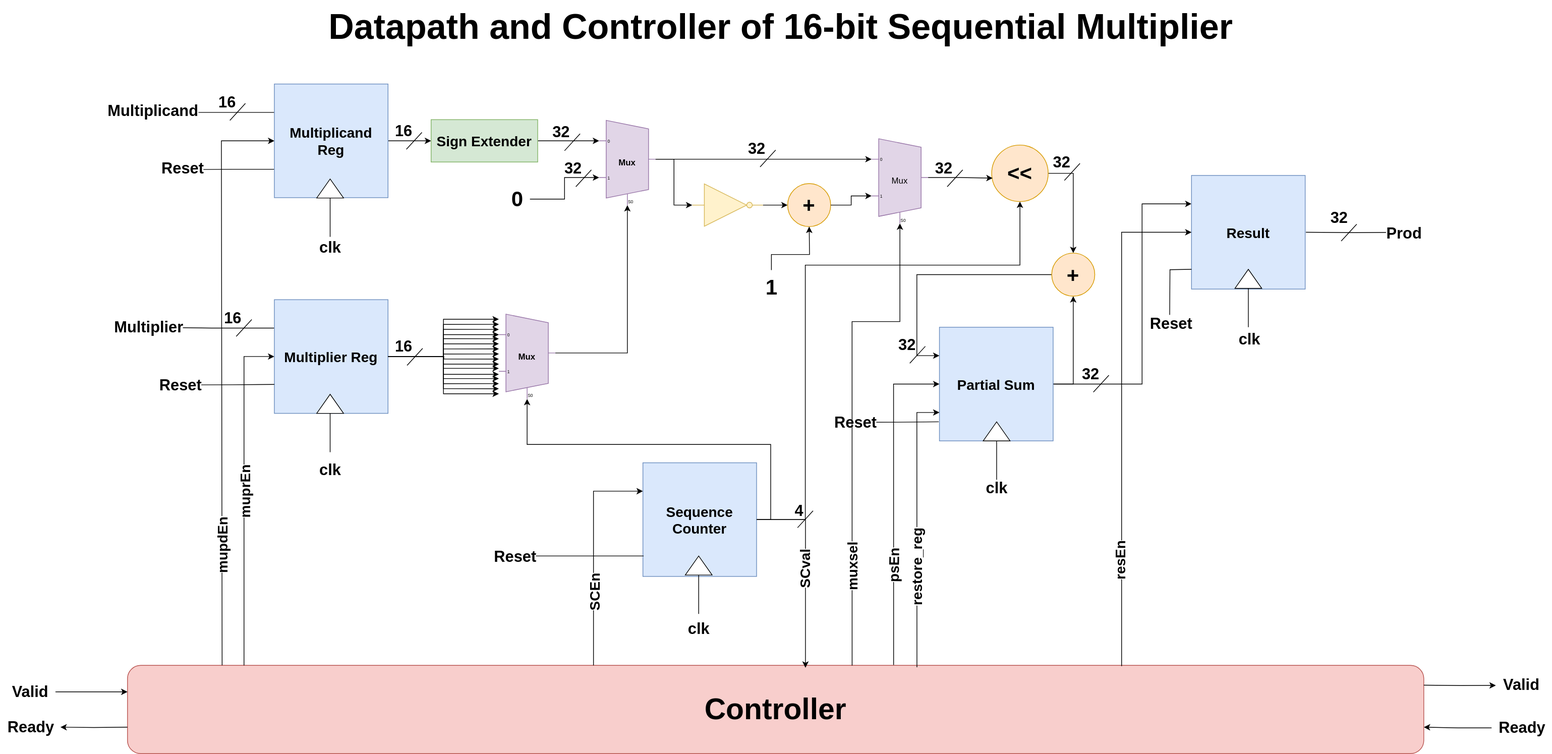
The draw.io diagram Mujtaba/Multiplier_w_RV_Protocol/docs/datapath.drawio.svg in medsuet/Xcelerium-IC-Design-Training, before a commit. Source tidied: cells renumbered, new cells last; positions are measured from the earlier drawing's top-left corner, leaving out a move shared by most shapes.
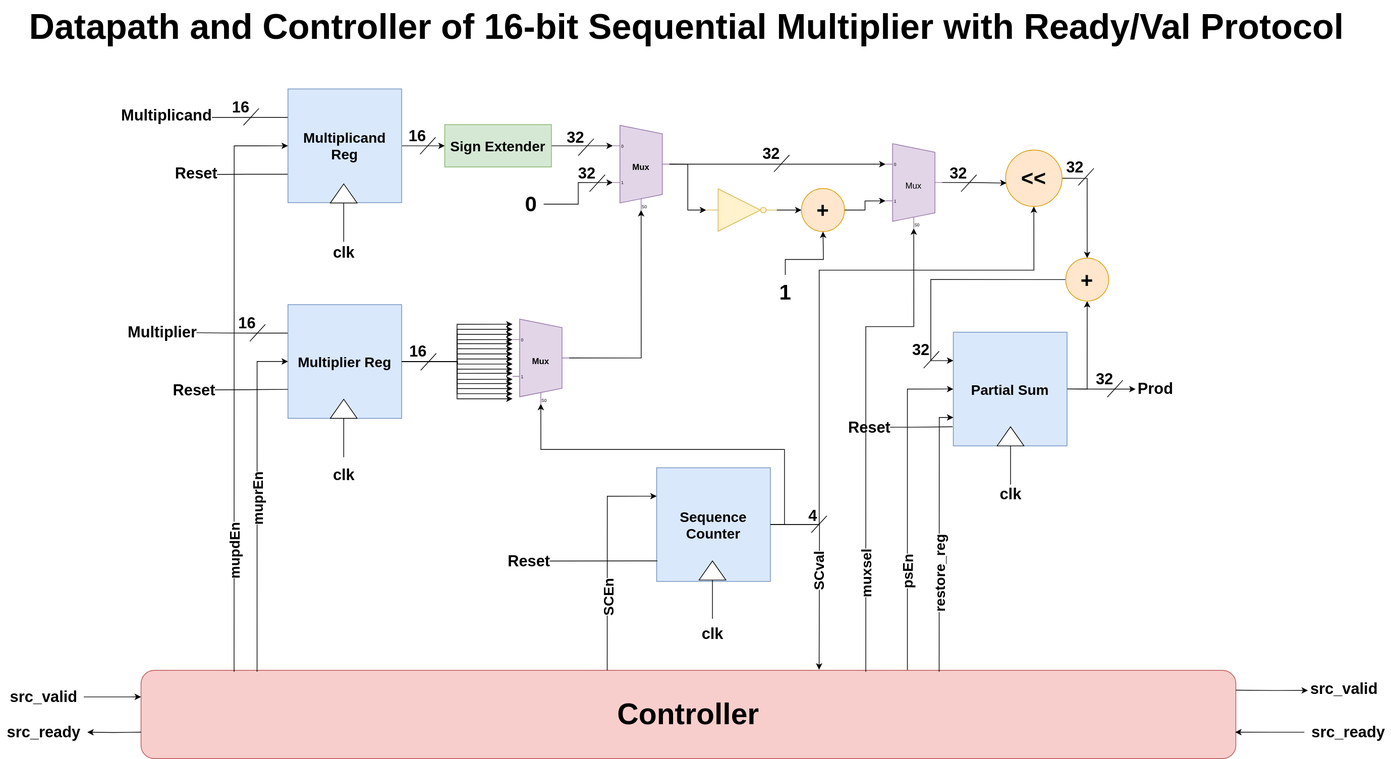
After the commit.

Commit message:
Optimized Code of Multiplier with Ready/Val Protocol

Change to the diagram source:
```diff
@@ -2,8 +2,8 @@
   <root>
     <mxCell id="0" />
     <mxCell id="1" parent="0" />
-    <mxCell id="2" value="&lt;font style=&quot;font-size: 50px;&quot;&gt;&lt;b&gt;&lt;font style=&quot;font-size: 50px;&quot;&gt;Datapath and Controller of 16-bit Sequential Multiplier&lt;/font&gt;&lt;/b&gt;&lt;/font&gt;" style="text;html=1;align=center;verticalAlign=middle;strokeColor=none;fillColor=none;" parent="1" vertex="1">
-      <mxGeometry x="455" width="1300" height="74" as="geometry" />
+    <mxCell id="2" value="&lt;font style=&quot;font-size: 50px;&quot;&gt;&lt;b&gt;&lt;font style=&quot;font-size: 50px;&quot;&gt;Datapath and Controller of 16-bit Sequential Multiplier with Ready/Val Protocol&lt;/font&gt;&lt;/b&gt;&lt;/font&gt;" style="text;html=1;align=center;verticalAlign=middle;strokeColor=none;fillColor=none;" parent="1" vertex="1">
+      <mxGeometry x="10" y="-7" width="1883" height="74" as="geometry" />
     </mxCell>
     <mxCell id="3" style="edgeStyle=orthogonalEdgeStyle;rounded=0;jettySize=auto;html=1;" parent="1" edge="1" source="8" target="14">
       <mxGeometry relative="1" as="geometry" />
@@ -78,29 +78,19 @@
     <mxCell id="22" style="edgeStyle=orthogonalEdgeStyle;rounded=0;jettySize=auto;html=1;exitX=1;exitY=0.5;exitDx=0;exitDy=0;entryX=0.5;entryY=1;entryDx=0;entryDy=0;" parent="1" edge="1" source="24" target="29">
       <mxGeometry relative="1" as="geometry" />
     </mxCell>
-    <mxCell id="23" style="edgeStyle=orthogonalEdgeStyle;rounded=0;jettySize=auto;html=1;exitX=1;exitY=0.5;exitDx=0;exitDy=0;entryX=0;entryY=0.25;entryDx=0;entryDy=0;" parent="1" edge="1" source="24" target="27">
-      <mxGeometry relative="1" as="geometry">
-        <Array as="points">
-          <mxPoint x="1617" y="544" />
-          <mxPoint x="1617" y="288" />
-        </Array>
-      </mxGeometry>
-    </mxCell>
+    <mxCell id="133" style="edgeStyle=orthogonalEdgeStyle;rounded=0;jettySize=auto;html=1;exitX=1;exitY=0.5;exitDx=0;exitDy=0;" parent="1" edge="1" source="24">
+      <mxGeometry relative="1" as="geometry">
+        <mxPoint x="1588" y="543.6" as="targetPoint" />
+      </mxGeometry>
+    </mxCell>
+    <mxCell id="26" value="&lt;b&gt;&lt;font style=&quot;font-size: 22px;&quot;&gt;Prod&lt;/font&gt;&lt;/b&gt;" style="edgeLabel;html=1;align=center;verticalAlign=middle;" parent="133" vertex="1">
+      <mxGeometry x="1" relative="1" as="geometry">
+        <mxPoint x="27" y="-1" as="offset" />
+      </mxGeometry>
+    </mxCell>
     <mxCell id="24" value="&lt;b&gt;&lt;font style=&quot;font-size: 20px;&quot;&gt;Partial Sum&lt;/font&gt;&lt;/b&gt;" style="whiteSpace=wrap;html=1;fillColor=#dae8fc;strokeColor=#6c8ebf;" parent="1" vertex="1">
       <mxGeometry x="1330" y="463" width="161" height="161" as="geometry" />
     </mxCell>
-    <mxCell id="25" style="edgeStyle=orthogonalEdgeStyle;rounded=0;orthogonalLoop=1;jettySize=auto;html=1;exitX=1;exitY=0.5;exitDx=0;exitDy=0;" parent="1" edge="1">
-      <mxGeometry relative="1" as="geometry">
-        <mxPoint x="1849" y="328.5" as="sourcePoint" />
-        <mxPoint x="1986" y="328.7" as="targetPoint" />
-      </mxGeometry>
-    </mxCell>
-    <mxCell id="26" value="&lt;b&gt;&lt;font style=&quot;font-size: 22px;&quot;&gt;Prod&lt;/font&gt;&lt;/b&gt;" style="edgeLabel;html=1;align=center;verticalAlign=middle;" parent="25" vertex="1">
-      <mxGeometry x="1" y="-1" relative="1" as="geometry" />
-    </mxCell>
-    <mxCell id="27" value="&lt;b&gt;&lt;font style=&quot;font-size: 20px;&quot;&gt;Result&lt;/font&gt;&lt;/b&gt;" style="whiteSpace=wrap;html=1;fillColor=#dae8fc;strokeColor=#6c8ebf;" parent="1" vertex="1">
-      <mxGeometry x="1687" y="248" width="161" height="161" as="geometry" />
-    </mxCell>
     <mxCell id="28" style="edgeStyle=orthogonalEdgeStyle;rounded=0;jettySize=auto;html=1;exitX=0;exitY=0.5;exitDx=0;exitDy=0;entryX=0;entryY=0.25;entryDx=0;entryDy=0;" parent="1" edge="1" source="29" target="24">
       <mxGeometry relative="1" as="geometry">
         <Array as="points">
@@ -189,21 +179,9 @@
         <mxPoint x="1411" y="624" as="targetPoint" />
       </mxGeometry>
     </mxCell>
-    <mxCell id="48" style="triangle;whiteSpace=wrap;html=1;direction=north;" parent="1" vertex="1">
-      <mxGeometry x="1748.5" y="381" width="38" height="27" as="geometry" />
-    </mxCell>
-    <mxCell id="49" style="endArrow=none;html=1;rounded=0;" parent="1" edge="1">
-      <mxGeometry relative="1" as="geometry">
-        <mxPoint x="1767.5" y="463" as="sourcePoint" />
-        <mxPoint x="1767.5" y="408" as="targetPoint" />
-      </mxGeometry>
-    </mxCell>
     <mxCell id="50" value="&lt;b&gt;&lt;font style=&quot;font-size: 22px;&quot;&gt;clk&lt;/font&gt;&lt;/b&gt;" style="text;html=1;align=center;verticalAlign=middle;strokeColor=none;fillColor=none;" parent="1" vertex="1">
       <mxGeometry x="1386" y="673" width="50" height="39" as="geometry" />
     </mxCell>
-    <mxCell id="51" value="&lt;b&gt;&lt;font style=&quot;font-size: 22px;&quot;&gt;clk&lt;/font&gt;&lt;/b&gt;" style="text;html=1;align=center;verticalAlign=middle;strokeColor=none;fillColor=none;" parent="1" vertex="1">
-      <mxGeometry x="1744" y="461" width="50" height="39" as="geometry" />
-    </mxCell>
     <mxCell id="52" value="&lt;b&gt;&lt;font style=&quot;font-size: 22px;&quot;&gt;clk&lt;/font&gt;&lt;/b&gt;" style="text;html=1;align=center;verticalAlign=middle;strokeColor=none;fillColor=none;" parent="1" vertex="1">
       <mxGeometry x="964" y="871" width="50" height="39" as="geometry" />
     </mxCell>
@@ -247,33 +225,21 @@
     <mxCell id="60" value="&lt;b&gt;&lt;font style=&quot;font-size: 22px;&quot;&gt;Reset&lt;/font&gt;&lt;/b&gt;" style="edgeLabel;html=1;align=center;verticalAlign=middle;" parent="59" vertex="1">
       <mxGeometry x="1" relative="1" as="geometry" />
     </mxCell>
-    <mxCell id="61" style="edgeStyle=orthogonalEdgeStyle;rounded=0;orthogonalLoop=1;jettySize=auto;html=1;exitX=0;exitY=0.75;exitDx=0;exitDy=0;" parent="1" edge="1">
-      <mxGeometry relative="1" as="geometry">
-        <mxPoint x="1687" y="381" as="sourcePoint" />
-        <mxPoint x="1656" y="462" as="targetPoint" />
-      </mxGeometry>
-    </mxCell>
-    <mxCell id="62" value="&lt;b&gt;&lt;font style=&quot;font-size: 22px;&quot;&gt;Reset&lt;/font&gt;&lt;/b&gt;" style="edgeLabel;html=1;align=center;verticalAlign=middle;" parent="61" vertex="1">
-      <mxGeometry x="1" relative="1" as="geometry">
-        <mxPoint x="1" y="-3" as="offset" />
-      </mxGeometry>
-    </mxCell>
     <mxCell id="63" value="&lt;div&gt;&lt;b&gt;&lt;font style=&quot;font-size: 42px;&quot;&gt;Controller&lt;/font&gt;&lt;/b&gt;&lt;/div&gt;" style="rounded=1;whiteSpace=wrap;html=1;fillColor=#f8cecc;strokeColor=#b85450;" parent="1" vertex="1">
-      <mxGeometry x="180" y="942" width="1836" height="125" as="geometry" />
+      <mxGeometry x="180" y="942" width="1550" height="125" as="geometry" />
     </mxCell>
     <mxCell id="64" style="edgeStyle=orthogonalEdgeStyle;rounded=0;jettySize=auto;html=1;" parent="1" edge="1" source="65">
       <mxGeometry relative="1" as="geometry">
         <mxPoint x="180" y="979.5" as="targetPoint" />
       </mxGeometry>
     </mxCell>
-    <mxCell id="65" value="&lt;div&gt;&lt;b&gt;&lt;font style=&quot;font-size: 22px;&quot;&gt;Valid&lt;/font&gt;&lt;/b&gt;&lt;/div&gt;" style="text;html=1;align=center;verticalAlign=middle;points=[];strokeColor=none;fillColor=none;" parent="1" vertex="1">
-      <mxGeometry x="6" y="960" width="72" height="39" as="geometry" />
+    <mxCell id="65" value="&lt;div&gt;&lt;b&gt;&lt;font style=&quot;font-size: 22px;&quot;&gt;src_valid&lt;/font&gt;&lt;/b&gt;&lt;/div&gt;" style="text;html=1;align=center;verticalAlign=middle;points=[];strokeColor=none;fillColor=none;" parent="1" vertex="1">
+      <mxGeometry x="-15" y="960" width="114" height="39" as="geometry" />
     </mxCell>
-    <mxCell id="66" style="edgeStyle=orthogonalEdgeStyle;rounded=0;jettySize=auto;html=1;entryX=0;entryY=0.5;entryDx=0;entryDy=0;" parent="1" edge="1" target="12">
+    <mxCell id="66" style="edgeStyle=orthogonalEdgeStyle;rounded=0;jettySize=auto;html=1;entryX=0;entryY=0.5;entryDx=0;entryDy=0;exitX=0.106;exitY=0.016;exitDx=0;exitDy=0;exitPerimeter=0;" parent="1" edge="1" source="63" target="12">
       <mxGeometry relative="1" as="geometry">
-        <mxPoint x="345" y="942" as="sourcePoint" />
         <Array as="points">
-          <mxPoint x="345" y="504" />
+          <mxPoint x="344" y="505" />
         </Array>
       </mxGeometry>
     </mxCell>
@@ -282,11 +248,10 @@
         <mxPoint x="-2" as="offset" />
       </mxGeometry>
     </mxCell>
-    <mxCell id="68" style="edgeStyle=orthogonalEdgeStyle;rounded=0;jettySize=auto;html=1;exitX=0.073;exitY=-0.002;exitDx=0;exitDy=0;entryX=0;entryY=0.5;entryDx=0;entryDy=0;exitPerimeter=0;" parent="1" edge="1" source="63" target="8">
+    <mxCell id="68" style="edgeStyle=orthogonalEdgeStyle;rounded=0;jettySize=auto;html=1;entryX=0;entryY=0.5;entryDx=0;entryDy=0;exitX=0.085;exitY=0.016;exitDx=0;exitDy=0;exitPerimeter=0;" parent="1" edge="1" source="63" target="8">
       <mxGeometry relative="1" as="geometry">
         <Array as="points">
-          <mxPoint x="313" y="942" />
-          <mxPoint x="313" y="199" />
+          <mxPoint x="312" y="199" />
         </Array>
       </mxGeometry>
     </mxCell>
@@ -309,21 +274,7 @@
         <mxPoint x="1" y="-40" as="offset" />
       </mxGeometry>
     </mxCell>
-    <mxCell id="72" style="edgeStyle=orthogonalEdgeStyle;rounded=0;jettySize=auto;html=1;entryX=0;entryY=0.5;entryDx=0;entryDy=0;" parent="1" edge="1" target="27">
-      <mxGeometry relative="1" as="geometry">
-        <mxPoint x="1588" y="943" as="sourcePoint" />
-        <Array as="points">
-          <mxPoint x="1588" y="941" />
-          <mxPoint x="1588" y="329" />
-        </Array>
-      </mxGeometry>
-    </mxCell>
-    <mxCell id="73" value="&lt;b&gt;&lt;font style=&quot;font-size: 20px;&quot;&gt;resEn&lt;/font&gt;&lt;/b&gt;" style="edgeLabel;html=1;align=center;verticalAlign=middle;rotation=-90;" parent="72" vertex="1">
-      <mxGeometry x="-0.6" y="3" relative="1" as="geometry">
-        <mxPoint y="-6" as="offset" />
-      </mxGeometry>
-    </mxCell>
-    <mxCell id="74" style="edgeStyle=orthogonalEdgeStyle;rounded=0;jettySize=auto;html=1;exitX=0.591;exitY=-0.005;exitDx=0;exitDy=0;entryX=0;entryY=0.5;entryDx=0;entryDy=0;exitPerimeter=0;" parent="1" edge="1" source="63" target="24">
+    <mxCell id="74" style="edgeStyle=orthogonalEdgeStyle;rounded=0;jettySize=auto;html=1;entryX=0;entryY=0.5;entryDx=0;entryDy=0;exitX=0.7;exitY=-0.004;exitDx=0;exitDy=0;exitPerimeter=0;" parent="1" edge="1" source="63" target="24">
       <mxGeometry relative="1" as="geometry" />
     </mxCell>
     <mxCell id="75" value="&lt;b&gt;&lt;font style=&quot;font-size: 20px;&quot;&gt;psEn&lt;/font&gt;&lt;/b&gt;" style="edgeLabel;html=1;align=center;verticalAlign=middle;rotation=-89;" parent="74" vertex="1">
@@ -430,20 +381,13 @@
     <mxCell id="97" value="&lt;b&gt;&lt;font style=&quot;font-size: 22px;&quot;&gt;32&lt;/font&gt;&lt;/b&gt;" style="text;html=1;align=center;verticalAlign=middle;strokeColor=none;fillColor=none;" parent="1" vertex="1">
       <mxGeometry x="1522" y="510" width="43" height="39" as="geometry" />
     </mxCell>
-    <mxCell id="98" style="endArrow=none;html=1;rounded=0;" parent="1" edge="1">
-      <mxGeometry relative="1" as="geometry">
-        <mxPoint x="1899" y="341" as="sourcePoint" />
-        <mxPoint x="1921" y="317" as="targetPoint" />
-      </mxGeometry>
-    </mxCell>
-    <mxCell id="99" value="&lt;b&gt;&lt;font style=&quot;font-size: 22px;&quot;&gt;32&lt;/font&gt;&lt;/b&gt;" style="text;html=1;align=center;verticalAlign=middle;strokeColor=none;fillColor=none;" parent="1" vertex="1">
-      <mxGeometry x="1874" y="289" width="43" height="39" as="geometry" />
-    </mxCell>
     <mxCell id="100" style="edgeStyle=orthogonalEdgeStyle;rounded=0;jettySize=auto;html=1;exitX=1;exitY=0.5;exitDx=0;exitDy=-5;entryX=0.375;entryY=1;entryDx=10;entryDy=0;entryPerimeter=0;exitPerimeter=0;" parent="1" edge="1" source="107" target="15">
       <mxGeometry relative="1" as="geometry" />
     </mxCell>
-    <mxCell id="101" style="edgeStyle=orthogonalEdgeStyle;rounded=0;jettySize=auto;html=1;exitX=1;exitY=0.5;exitDx=0;exitDy=0;entryX=0.523;entryY=0.027;entryDx=0;entryDy=0;entryPerimeter=0;" parent="1" edge="1" source="31" target="63">
-      <mxGeometry relative="1" as="geometry" />
+    <mxCell id="101" style="edgeStyle=orthogonalEdgeStyle;rounded=0;jettySize=auto;html=1;exitX=1;exitY=0.5;exitDx=0;exitDy=0;" parent="1" edge="1" source="31">
+      <mxGeometry relative="1" as="geometry">
+        <mxPoint x="1140" y="941" as="targetPoint" />
+      </mxGeometry>
     </mxCell>
     <mxCell id="102" value="&lt;div&gt;&lt;b&gt;&lt;font style=&quot;font-size: 20px;&quot;&gt;SCval&lt;/font&gt;&lt;/b&gt;&lt;/div&gt;" style="edgeLabel;html=1;align=center;verticalAlign=middle;rotation=-90;" parent="101" vertex="1">
       <mxGeometry x="0.25" y="2" relative="1" as="geometry">
@@ -459,7 +403,7 @@
     <mxCell id="104" value="&lt;b&gt;&lt;font style=&quot;font-size: 22px;&quot;&gt;4&lt;/font&gt;&lt;/b&gt;" style="text;html=1;align=center;verticalAlign=middle;strokeColor=none;fillColor=none;" parent="1" vertex="1">
       <mxGeometry x="1115" y="704" width="31" height="39" as="geometry" />
     </mxCell>
-    <mxCell id="105" style="edgeStyle=orthogonalEdgeStyle;rounded=0;jettySize=auto;html=1;exitX=0.559;exitY=0.001;exitDx=0;exitDy=0;exitPerimeter=0;entryX=0.375;entryY=1;entryDx=10;entryDy=0;entryPerimeter=0;" parent="1" edge="1" source="63" target="16">
+    <mxCell id="105" style="edgeStyle=orthogonalEdgeStyle;rounded=0;jettySize=auto;html=1;entryX=0.375;entryY=1;entryDx=10;entryDy=0;entryPerimeter=0;exitX=0.662;exitY=0.016;exitDx=0;exitDy=0;exitPerimeter=0;" parent="1" edge="1" source="63" target="16">
       <mxGeometry relative="1" as="geometry">
         <Array as="points">
           <mxPoint x="1206" y="455" />
@@ -534,7 +478,7 @@
         </Array>
       </mxGeometry>
     </mxCell>
-    <mxCell id="124" style="edgeStyle=orthogonalEdgeStyle;rounded=0;jettySize=auto;html=1;exitX=0.609;exitY=0.021;exitDx=0;exitDy=0;entryX=0;entryY=0.75;entryDx=0;entryDy=0;exitPerimeter=0;" parent="1" edge="1" source="63" target="24">
+    <mxCell id="124" style="edgeStyle=orthogonalEdgeStyle;rounded=0;jettySize=auto;html=1;entryX=0;entryY=0.75;entryDx=0;entryDy=0;exitX=0.729;exitY=0.016;exitDx=0;exitDy=0;exitPerimeter=0;" parent="1" edge="1" source="63" target="24">
       <mxGeometry relative="1" as="geometry" />
     </mxCell>
     <mxCell id="125" value="&lt;b&gt;&lt;font style=&quot;font-size: 20px;&quot;&gt;restore_reg&lt;/font&gt;&lt;/b&gt;" style="edgeLabel;html=1;align=center;verticalAlign=middle;rotation=-90;" parent="124" vertex="1">
@@ -547,19 +491,19 @@
         <mxPoint x="180" y="1029.5" as="sourcePoint" />
       </mxGeometry>
     </mxCell>
-    <mxCell id="127" value="&lt;div&gt;&lt;b&gt;&lt;font style=&quot;font-size: 22px;&quot;&gt;Ready&lt;/font&gt;&lt;/b&gt;&lt;/div&gt;" style="text;html=1;align=center;verticalAlign=middle;points=[];strokeColor=none;fillColor=none;" parent="1" vertex="1">
-      <mxGeometry y="1010" width="85" height="39" as="geometry" />
+    <mxCell id="127" value="&lt;div&gt;&lt;b&gt;&lt;font style=&quot;font-size: 22px;&quot;&gt;src_ready&lt;/font&gt;&lt;/b&gt;&lt;/div&gt;" style="text;html=1;align=center;verticalAlign=middle;points=[];strokeColor=none;fillColor=none;" parent="1" vertex="1">
+      <mxGeometry x="-19" y="1010" width="123" height="39" as="geometry" />
     </mxCell>
     <mxCell id="128" style="edgeStyle=orthogonalEdgeStyle;rounded=0;jettySize=auto;html=1;" parent="1" edge="1" source="129">
       <mxGeometry relative="1" as="geometry">
-        <mxPoint x="2016" y="1029.5" as="targetPoint" />
+        <mxPoint x="1729" y="1029.5" as="targetPoint" />
       </mxGeometry>
     </mxCell>
-    <mxCell id="129" value="&lt;div&gt;&lt;b&gt;&lt;font style=&quot;font-size: 22px;&quot;&gt;Ready&lt;/font&gt;&lt;/b&gt;&lt;/div&gt;" style="text;html=1;align=center;verticalAlign=middle;points=[];strokeColor=none;fillColor=none;" parent="1" vertex="1">
-      <mxGeometry x="2112" y="1011" width="85" height="39" as="geometry" />
+    <mxCell id="129" value="&lt;div&gt;&lt;b&gt;&lt;font style=&quot;font-size: 22px;&quot;&gt;src_ready&lt;/font&gt;&lt;/b&gt;&lt;/div&gt;" style="text;html=1;align=center;verticalAlign=middle;points=[];strokeColor=none;fillColor=none;" parent="1" vertex="1">
+      <mxGeometry x="1827" y="1010" width="123" height="39" as="geometry" />
     </mxCell>
     <mxCell id="130" style="group;rotation=-180;" parent="1" vertex="1">
-      <mxGeometry x="2016" y="951" width="174" height="39" as="geometry" />
+      <mxGeometry x="1730" y="951" width="195" height="39" as="geometry" />
     </mxCell>
     <mxCell id="131" style="edgeStyle=orthogonalEdgeStyle;rounded=0;orthogonalLoop=1;jettySize=auto;html=1;" parent="130" edge="1">
       <mxGeometry relative="1" as="geometry">
@@ -567,8 +511,8 @@
         <mxPoint x="102" y="19.4" as="targetPoint" />
       </mxGeometry>
     </mxCell>
-    <mxCell id="132" value="&lt;div&gt;&lt;b&gt;&lt;font style=&quot;font-size: 22px;&quot;&gt;Valid&lt;/font&gt;&lt;/b&gt;&lt;/div&gt;" style="text;html=1;align=center;verticalAlign=middle;strokeColor=none;fillColor=none;" parent="130" vertex="1">
-      <mxGeometry x="102" y="-1" width="72" height="39" as="geometry" />
+    <mxCell id="132" value="&lt;div&gt;&lt;b&gt;&lt;font style=&quot;font-size: 22px;&quot;&gt;src_valid&lt;/font&gt;&lt;/b&gt;&lt;/div&gt;" style="text;html=1;align=center;verticalAlign=middle;strokeColor=none;fillColor=none;" parent="130" vertex="1">
+      <mxGeometry x="96" y="-2" width="114" height="39" as="geometry" />
     </mxCell>
   </root>
 </mxGraphModel>
```
